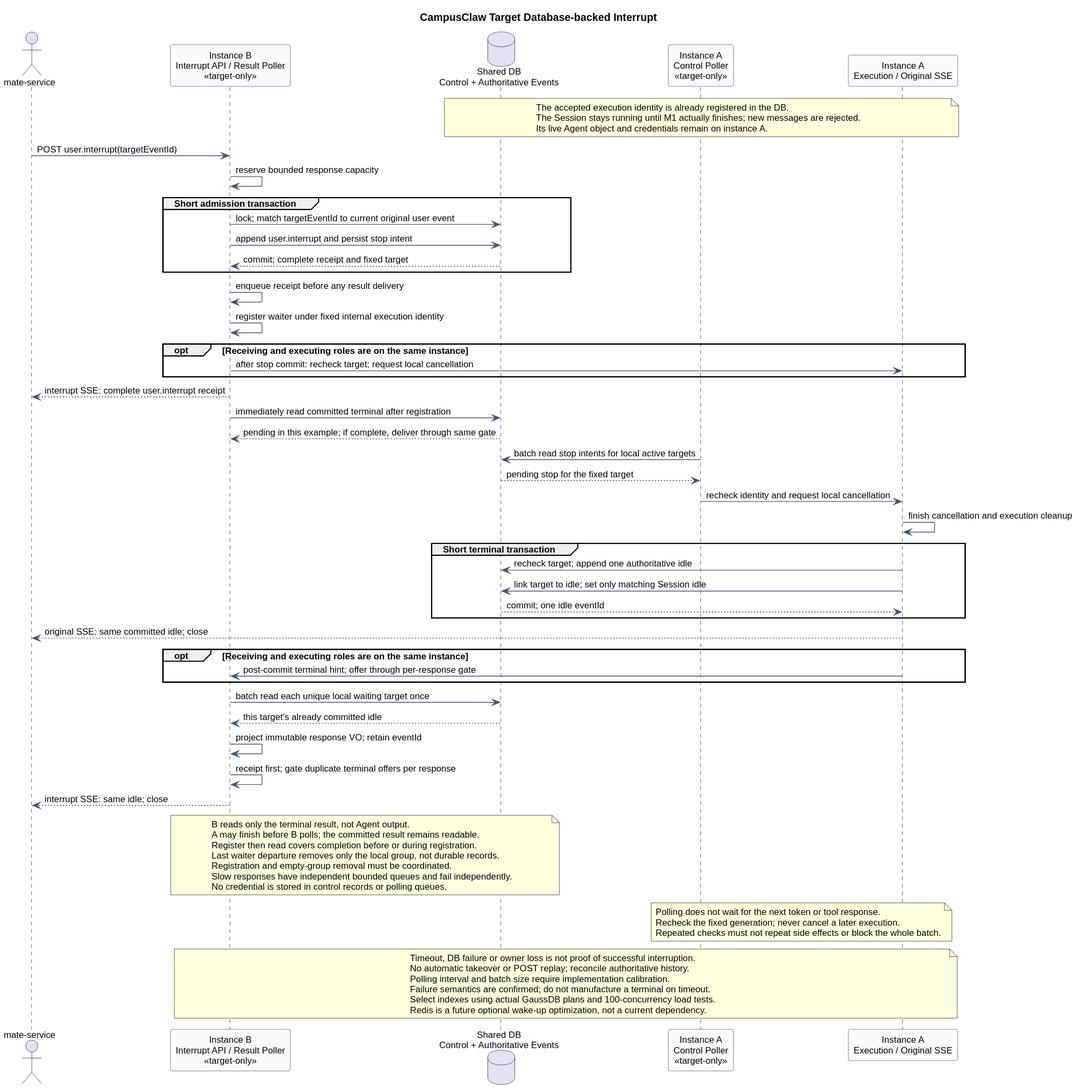
Earlier version of the PlantUML export 01-总体架构/01-CampusClaw多Agent运行时/设计图/事件接口重设计/target_database_interrupt_delivery.svg (ssm0808/pi-mono-java-design).
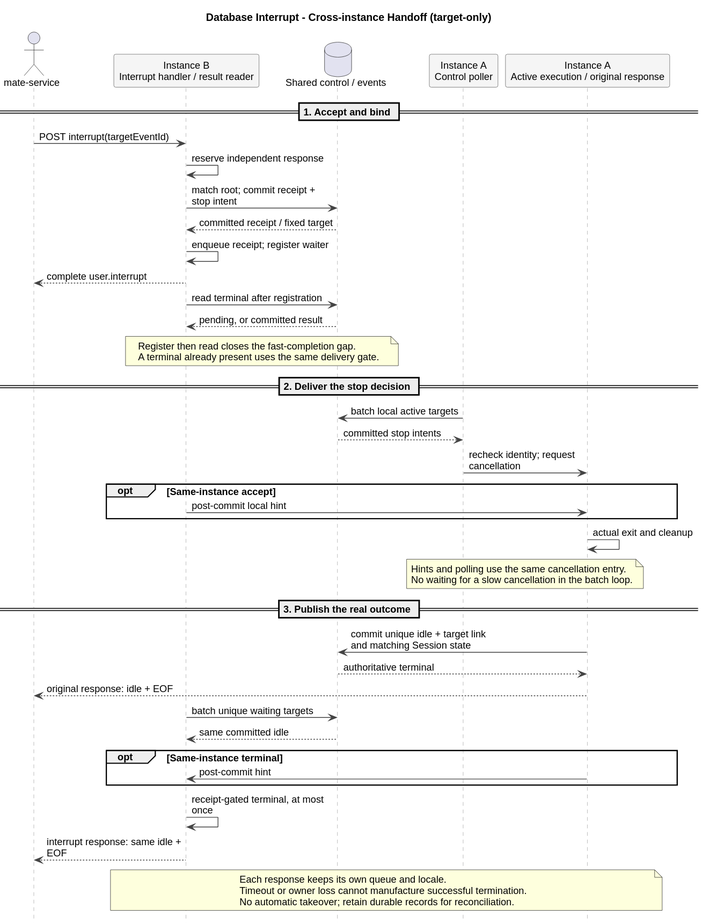
The same file after the commit.

What changed in the source:
```diff
@@ -1,81 +1,66 @@
 @startuml
-title CampusClaw Target Database-backed Interrupt
-skinparam backgroundColor #FFFFFF
+skinparam backgroundColor white
 skinparam shadowing false
 skinparam defaultFontName Arial
-skinparam defaultFontSize 12
+skinparam defaultFontSize 13
+hide footbox
+skinparam BoxPadding 10
+skinparam maxMessageSize 190
+skinparam sequenceMessageAlign left
 skinparam sequence {
-  ParticipantBackgroundColor #F8FAFC
-  ParticipantBorderColor #475569
-  ArrowColor #475569
+  ParticipantBackgroundColor #F5F5F5
+  ParticipantBorderColor #555555
+  LifeLineBorderColor #A0A0A0
+  ArrowColor #444444
 }
+title Database Interrupt - Cross-instance Handoff (target-only)
 actor "mate-service" as Client
-participant "Instance B\nInterrupt API / Result Poller\n<<target-only>>" as B
-database "Shared DB\nControl + Authoritative Events" as DB
-participant "Instance A\nControl Poller\n<<target-only>>" as Poller
-participant "Instance A\nExecution / Original SSE" as A
+participant "Instance B\nInterrupt handler / result reader" as B
+database "Shared control / events" as DB
+participant "Instance A\nControl poller" as Poller
+participant "Instance A\nActive execution / original response" as A
 
-note over DB,A
-The accepted execution identity is already registered in the DB.
-The Session stays running until M1 actually finishes; new messages are rejected.
-Its live Agent object and credentials remain on instance A.
+== 1. Accept and bind ==
+Client -> B : POST interrupt(targetEventId)
+B -> B : reserve independent response
+B -> DB : match root; commit receipt + stop intent
+DB --> B : committed receipt / fixed target
+B -> B : enqueue receipt; register waiter
+B --> Client : complete user.interrupt
+B -> DB : read terminal after registration
+DB --> B : pending, or committed result
+note over B,DB
+Register then read closes the fast-completion gap.
+A terminal already present uses the same delivery gate.
 end note
-Client -> B : POST user.interrupt(targetEventId)
-B -> B : reserve bounded response capacity
-group Short admission transaction
-  B -> DB : lock; match targetEventId to current original user event
-  B -> DB : append user.interrupt and persist stop intent
-  DB --> B : commit; complete receipt and fixed target
+
+== 2. Deliver the stop decision ==
+Poller -> DB : batch local active targets
+DB --> Poller : committed stop intents
+Poller -> A : recheck identity; request cancellation
+opt Same-instance accept
+  B -> A : post-commit local hint
 end
-B -> B : enqueue receipt before any result delivery
-B -> B : register waiter under fixed internal execution identity
-opt Receiving and executing roles are on the same instance
-  B -> A : after stop commit: recheck target; request local cancellation
+A -> A : actual exit and cleanup
+note over Poller,A
+Hints and polling use the same cancellation entry.
+No waiting for a slow cancellation in the batch loop.
+end note
+
+== 3. Publish the real outcome ==
+A -> DB : commit unique idle + target link\nand matching Session state
+DB --> A : authoritative terminal
+A --> Client : original response: idle + EOF
+B -> DB : batch unique waiting targets
+DB --> B : same committed idle
+opt Same-instance terminal
+  A -> B : post-commit hint
 end
-B --> Client : interrupt SSE: complete user.interrupt receipt
-B -> DB : immediately read committed terminal after registration
-DB --> B : pending in this example; if complete, deliver through same gate
-
-Poller -> DB : batch read stop intents for local active targets
-DB --> Poller : pending stop for the fixed target
-Poller -> A : recheck identity and request local cancellation
-A -> A : finish cancellation and execution cleanup
-group Short terminal transaction
-  A -> DB : recheck target; append one authoritative idle
-  A -> DB : link target to idle; set only matching Session idle
-  DB --> A : commit; one idle eventId
-end
-A --> Client : original SSE: same committed idle; close
-
-opt Receiving and executing roles are on the same instance
-  A -> B : post-commit terminal hint; offer through per-response gate
-end
-B -> DB : batch read each unique local waiting target once
-DB --> B : this target's already committed idle
-B -> B : project immutable response VO; retain eventId
-B -> B : receipt first; gate duplicate terminal offers per response
-B --> Client : interrupt SSE: same idle; close
-
-note over B,DB
-B reads only the terminal result, not Agent output.
-A may finish before B polls; the committed result remains readable.
-Register then read covers completion before or during registration.
-Last waiter departure removes only the local group, not durable records.
-Registration and empty-group removal must be coordinated.
-Slow responses have independent bounded queues and fail independently.
-No credential is stored in control records or polling queues.
-end note
-note over Poller,A
-Polling does not wait for the next token or tool response.
-Recheck the fixed generation; never cancel a later execution.
-Repeated checks must not repeat side effects or block the whole batch.
-end note
+B -> B : receipt-gated terminal, at most once
+B --> Client : interrupt response: same idle + EOF
 note over B,A
-Timeout, DB failure or owner loss is not proof of successful interruption.
-No automatic takeover or POST replay; reconcile authoritative history.
-Polling interval and batch size require implementation calibration.
-Failure semantics are confirmed; do not manufacture a terminal on timeout.
-Select indexes using actual GaussDB plans and 100-concurrency load tests.
-Redis is a future optional wake-up optimization, not a current dependency.
+Each response keeps its own queue and locale.
+Timeout or owner loss cannot manufacture successful termination.
+No automatic takeover; retain durable records for reconciliation.
 end note
 @enduml
```
